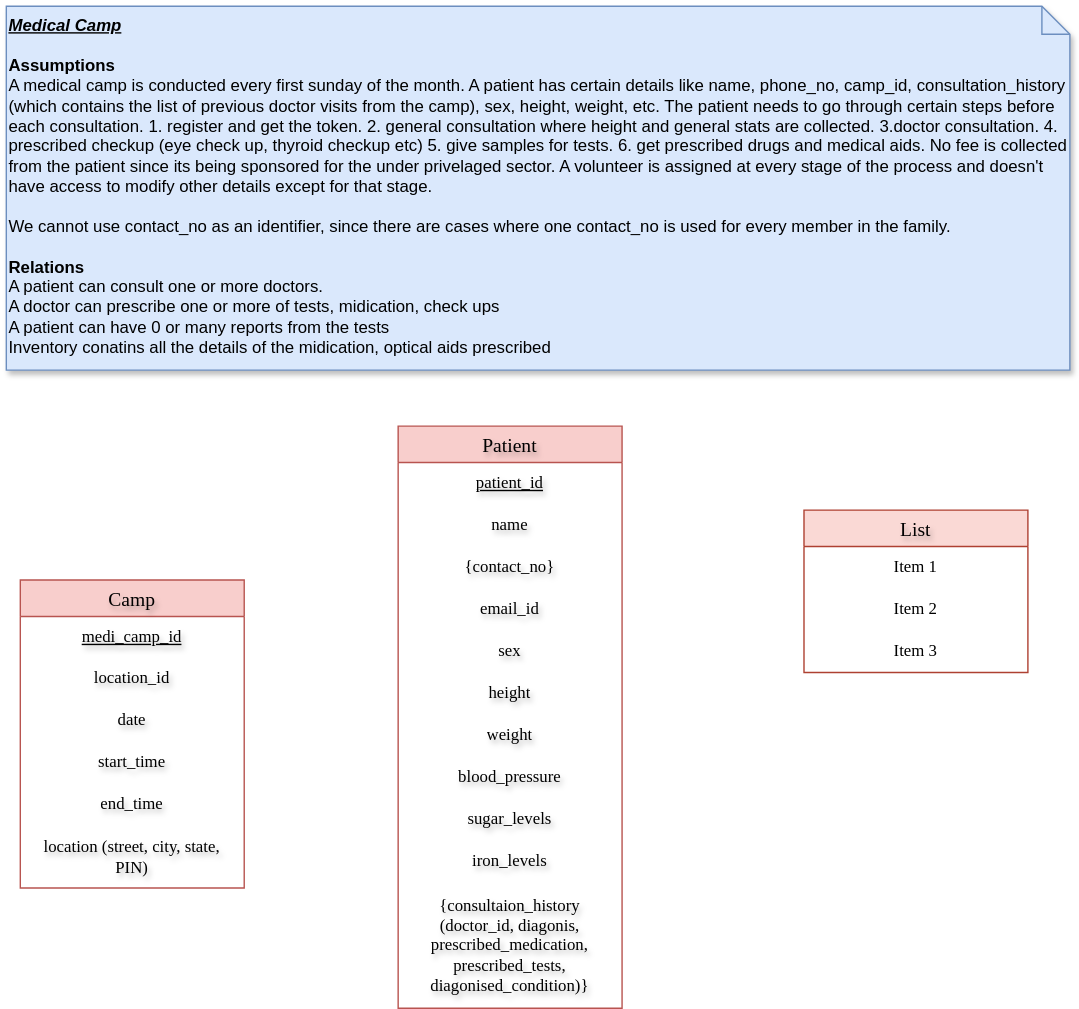
Before: Medical_Camp.drawio.svg, a diagram exported from draw.io (supriya-kotturu/entity-relationship-diagrams). Source tidied: cells renumbered, new cells last; positions are measured from the earlier drawing's top-left corner, leaving out a move shared by most shapes.
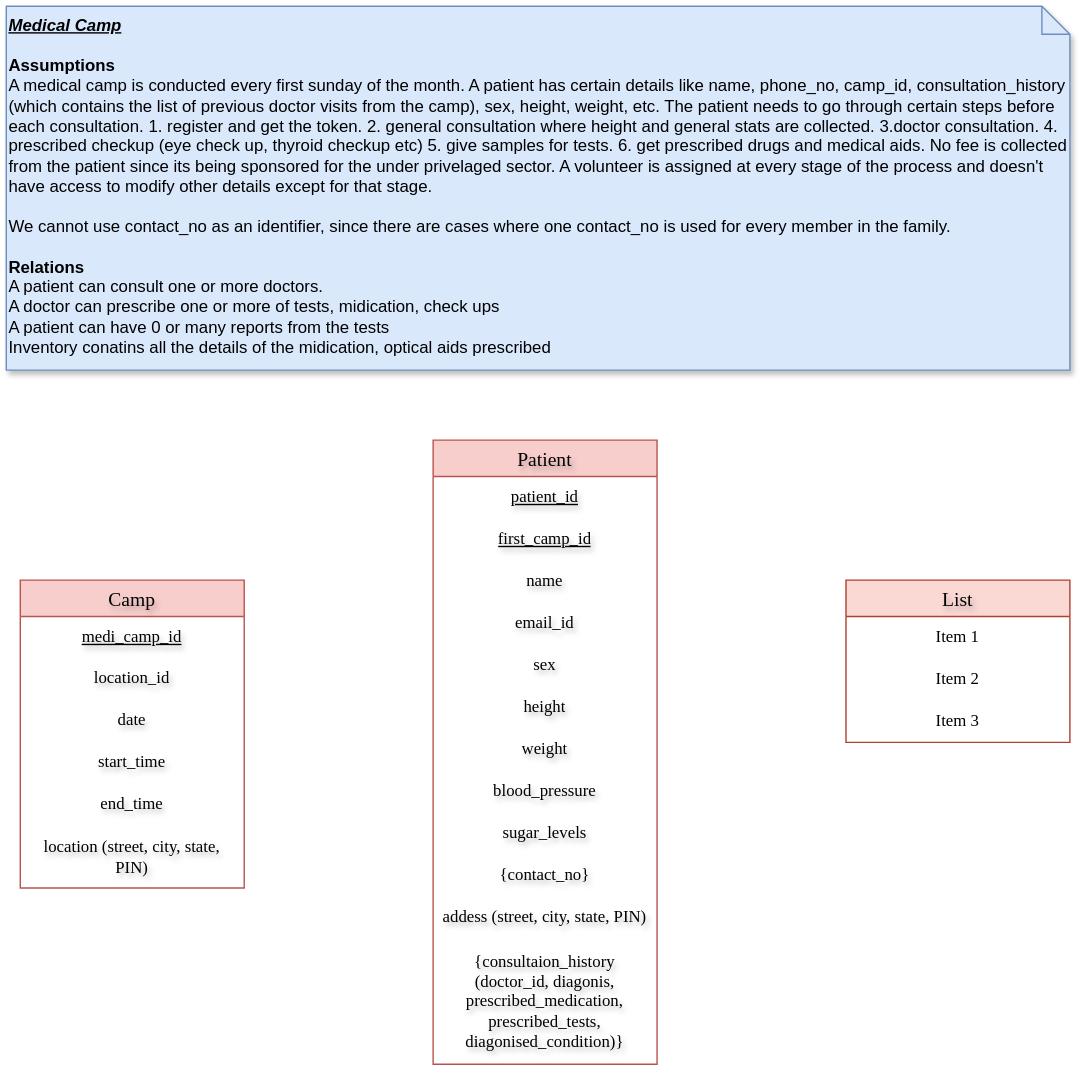
Above is the later version.

Commit message:
add basic entities

What changed in the source:
```diff
@@ -6,17 +6,17 @@
       <mxGeometry width="760" height="260" as="geometry" />
     </mxCell>
     <mxCell id="3" value="Patient" style="swimlane;fontStyle=0;horizontal=1;startSize=26;align=center;fontSize=14;fillColor=#f8cecc;strokeColor=#b85450;fontFamily=Verdana;textShadow=1;verticalAlign=middle;" parent="1" vertex="1">
-      <mxGeometry x="280" y="300" width="160" height="416" as="geometry" />
+      <mxGeometry x="305" y="310" width="160" height="446" as="geometry" />
     </mxCell>
     <mxCell id="4" value="patient_id" style="text;strokeColor=none;fillColor=none;spacingLeft=4;spacingRight=4;overflow=hidden;fontSize=12;whiteSpace=wrap;html=1;fontFamily=Verdana;align=center;textShadow=1;verticalAlign=middle;fontStyle=4;" parent="3" vertex="1">
       <mxGeometry y="26" width="160" height="30" as="geometry" />
     </mxCell>
+    <mxCell id="26" value="first_camp_id" style="text;strokeColor=none;fillColor=none;spacingLeft=4;spacingRight=4;overflow=hidden;fontSize=12;whiteSpace=wrap;html=1;fontFamily=Verdana;align=center;textShadow=1;verticalAlign=middle;fontStyle=4;" parent="3" vertex="1">
+      <mxGeometry y="56" width="160" height="30" as="geometry" />
+    </mxCell>
     <mxCell id="5" value="name" style="text;strokeColor=none;fillColor=none;spacingLeft=4;spacingRight=4;overflow=hidden;fontSize=12;whiteSpace=wrap;html=1;fontFamily=Verdana;align=center;textShadow=1;verticalAlign=middle;" parent="3" vertex="1">
-      <mxGeometry y="56" width="160" height="30" as="geometry" />
+      <mxGeometry y="86" width="160" height="30" as="geometry" />
     </mxCell>
-    <mxCell id="6" value="{contact_no}" style="text;strokeColor=none;fillColor=none;spacingLeft=4;spacingRight=4;overflow=hidden;fontSize=12;whiteSpace=wrap;html=1;fontFamily=Verdana;align=center;textShadow=1;verticalAlign=middle;" parent="3" vertex="1">
-      <mxGeometry y="86" width="160" height="30" as="geometry" />
-    </mxCell>
     <mxCell id="7" value="email_id" style="text;strokeColor=none;fillColor=none;spacingLeft=4;spacingRight=4;overflow=hidden;fontSize=12;whiteSpace=wrap;html=1;fontFamily=Verdana;align=center;textShadow=1;verticalAlign=middle;" parent="3" vertex="1">
       <mxGeometry y="116" width="160" height="30" as="geometry" />
     </mxCell>
@@ -35,11 +35,14 @@
     <mxCell id="12" value="sugar_levels" style="text;strokeColor=none;fillColor=none;spacingLeft=4;spacingRight=4;overflow=hidden;fontSize=12;whiteSpace=wrap;html=1;fontFamily=Verdana;align=center;textShadow=1;verticalAlign=middle;" parent="3" vertex="1">
       <mxGeometry y="266" width="160" height="30" as="geometry" />
     </mxCell>
+    <mxCell id="6" value="{contact_no}" style="text;strokeColor=none;fillColor=none;spacingLeft=4;spacingRight=4;overflow=hidden;fontSize=12;whiteSpace=wrap;html=1;fontFamily=Verdana;align=center;textShadow=1;verticalAlign=middle;" parent="3" vertex="1">
+      <mxGeometry y="296" width="160" height="30" as="geometry" />
+    </mxCell>
-    <mxCell id="13" value="iron_levels" style="text;strokeColor=none;fillColor=none;spacingLeft=4;spacingRight=4;overflow=hidden;fontSize=12;whiteSpace=wrap;html=1;fontFamily=Verdana;align=center;textShadow=1;verticalAlign=middle;" parent="3" vertex="1">
-      <mxGeometry y="296" width="160" height="30" as="geometry" />
+    <mxCell id="13" value="addess (street, city, state, PIN)" style="text;strokeColor=none;fillColor=none;spacingLeft=4;spacingRight=4;overflow=hidden;fontSize=12;whiteSpace=wrap;html=1;fontFamily=Verdana;align=center;textShadow=1;verticalAlign=middle;" parent="3" vertex="1">
+      <mxGeometry y="326" width="160" height="30" as="geometry" />
     </mxCell>
     <mxCell id="14" value="{consultaion_history (doctor_id, diagonis, prescribed_medication, prescribed_tests, diagonised_condition)}" style="text;strokeColor=none;fillColor=none;spacingLeft=4;spacingRight=4;overflow=hidden;fontSize=12;whiteSpace=wrap;html=1;fontFamily=Verdana;align=center;textShadow=1;verticalAlign=middle;" parent="3" vertex="1">
-      <mxGeometry y="326" width="160" height="90" as="geometry" />
+      <mxGeometry y="356" width="160" height="90" as="geometry" />
     </mxCell>
     <mxCell id="15" value="Camp" style="swimlane;fontStyle=0;horizontal=1;startSize=26;align=center;fontSize=14;fillColor=#f8cecc;strokeColor=#b85450;fontFamily=Verdana;textShadow=1;" parent="1" vertex="1">
       <mxGeometry x="10" y="410" width="160" height="220" as="geometry" />
@@ -63,7 +66,7 @@
       <mxGeometry y="176" width="160" height="44" as="geometry" />
     </mxCell>
     <mxCell id="22" value="List" style="swimlane;fontStyle=0;horizontal=1;startSize=26;align=center;fontSize=14;textShadow=1;fillColor=#fad9d5;strokeColor=#ae4132;verticalAlign=middle;fontFamily=Verdana;" parent="1" vertex="1">
-      <mxGeometry x="570" y="360" width="160" height="116" as="geometry" />
+      <mxGeometry x="600" y="410" width="160" height="116" as="geometry" />
     </mxCell>
     <mxCell id="23" value="Item 1" style="text;strokeColor=none;fillColor=none;spacingLeft=4;spacingRight=4;overflow=hidden;fontSize=12;whiteSpace=wrap;html=1;align=center;verticalAlign=middle;fontFamily=Verdana;" parent="22" vertex="1">
       <mxGeometry y="26" width="160" height="30" as="geometry" />
```
